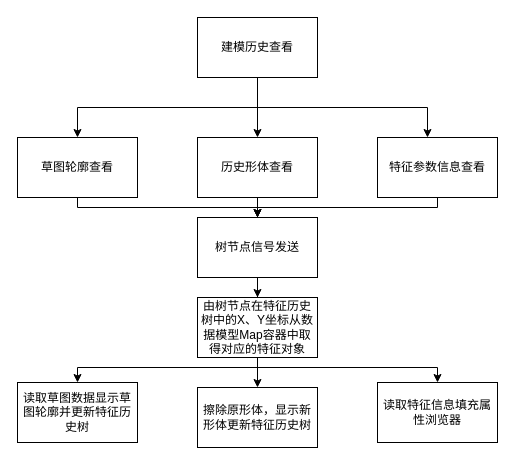
This is 建模历史查看.drawio from liuhuliuhu123/First-test, a draw.io file, before an edit. Source tidied: cells renumbered, new cells numbered last; positions are measured from the earlier drawing's top-left corner, leaving out a move shared by most shapes. Both pictures are drawn from the tidied source at 100%, with x=0, y=0 at pixel (17, 17).
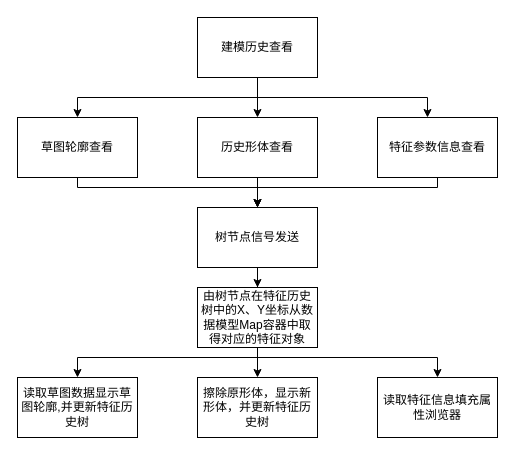
The same diagram, later.

Commit message (it also covers changes not shown here):
更新建模历史查看.drawio

The change refers to these unchanged cells:
```xml
<mxCell id="5" value="建模历史查看" style="rounded=0;whiteSpace=wrap;html=1;" parent="1" vertex="1">
  <mxGeometry x="180" width="120" height="60" as="geometry" />
</mxCell>
```

Diff of the diagram source:
```diff
@@
     <mxCell id="3" style="edgeStyle=orthogonalEdgeStyle;rounded=0;jettySize=auto;html=1;" parent="1" edge="1" source="5" target="7">
       <mxGeometry relative="1" as="geometry">
         <Array as="points">
-          <mxPoint x="240" y="90" />
-          <mxPoint x="60" y="90" />
+          <mxPoint x="240" y="80" />
+          <mxPoint x="60" y="80" />
         </Array>
       </mxGeometry>
     </mxCell>
     <mxCell id="4" style="edgeStyle=orthogonalEdgeStyle;rounded=0;jettySize=auto;html=1;" parent="1" edge="1" source="5" target="11">
       <mxGeometry relative="1" as="geometry">
         <Array as="points">
-          <mxPoint x="240" y="90" />
-          <mxPoint x="410" y="90" />
+          <mxPoint x="240" y="80" />
+          <mxPoint x="410" y="80" />
         </Array>
       </mxGeometry>
     </mxCell>
@@
     <mxCell id="6" style="edgeStyle=orthogonalEdgeStyle;rounded=0;jettySize=auto;html=1;" parent="1" edge="1" source="7" target="13">
       <mxGeometry relative="1" as="geometry">
         <Array as="points">
-          <mxPoint x="60" y="190" />
-          <mxPoint x="240" y="190" />
+          <mxPoint x="60" y="170" />
+          <mxPoint x="240" y="170" />
         </Array>
       </mxGeometry>
     </mxCell>
     <mxCell id="7" value="草图轮廓查看" style="rounded=0;whiteSpace=wrap;html=1;" parent="1" vertex="1">
-      <mxGeometry y="120" width="120" height="60" as="geometry" />
+      <mxGeometry y="100" width="120" height="60" as="geometry" />
     </mxCell>
@@
     <mxCell id="9" value="历史形体查看" style="rounded=0;whiteSpace=wrap;html=1;" parent="1" vertex="1">
-      <mxGeometry x="180" y="120" width="120" height="60" as="geometry" />
+      <mxGeometry x="180" y="100" width="120" height="60" as="geometry" />
     </mxCell>
     <mxCell id="10" style="edgeStyle=orthogonalEdgeStyle;rounded=0;jettySize=auto;html=1;" parent="1" edge="1" source="11" target="13">
       <mxGeometry relative="1" as="geometry">
         <Array as="points">
-          <mxPoint x="420" y="190" />
-          <mxPoint x="240" y="190" />
+          <mxPoint x="420" y="170" />
+          <mxPoint x="240" y="170" />
         </Array>
       </mxGeometry>
     </mxCell>
     <mxCell id="11" value="特征参数信息查看" style="rounded=0;whiteSpace=wrap;html=1;" parent="1" vertex="1">
-      <mxGeometry x="360" y="120" width="120" height="60" as="geometry" />
+      <mxGeometry x="360" y="100" width="120" height="60" as="geometry" />
     </mxCell>
@@
     <mxCell id="13" value="树节点信号发送" style="rounded=0;whiteSpace=wrap;html=1;" parent="1" vertex="1">
-      <mxGeometry x="180" y="200" width="120" height="60" as="geometry" />
+      <mxGeometry x="180" y="190" width="120" height="60" as="geometry" />
     </mxCell>
@@
     <mxCell id="15" style="edgeStyle=orthogonalEdgeStyle;rounded=0;jettySize=auto;html=1;" parent="1" edge="1" source="17" target="18">
       <mxGeometry relative="1" as="geometry">
         <Array as="points">
-          <mxPoint x="240" y="350" />
-          <mxPoint x="60" y="350" />
+          <mxPoint x="240" y="340" />
+          <mxPoint x="60" y="340" />
         </Array>
       </mxGeometry>
     </mxCell>
     <mxCell id="16" style="edgeStyle=orthogonalEdgeStyle;rounded=0;jettySize=auto;html=1;" parent="1" edge="1" source="17" target="20">
       <mxGeometry relative="1" as="geometry">
         <Array as="points">
-          <mxPoint x="240" y="350" />
-          <mxPoint x="420" y="350" />
+          <mxPoint x="240" y="340" />
+          <mxPoint x="420" y="340" />
         </Array>
       </mxGeometry>
     </mxCell>
     <mxCell id="17" value="由树节点在特征历史树中的X、Y坐标从数据模型Map容器中取得对应的特征对象" style="rounded=0;whiteSpace=wrap;html=1;" parent="1" vertex="1">
-      <mxGeometry x="180" y="280" width="120" height="60" as="geometry" />
+      <mxGeometry x="180" y="270" width="120" height="60" as="geometry" />
     </mxCell>
-    <mxCell id="18" value="读取草图数据显示草图轮廓并更新特征历史树" style="rounded=0;whiteSpace=wrap;html=1;" parent="1" vertex="1">
-      <mxGeometry y="365" width="120" height="60" as="geometry" />
+    <mxCell id="18" value="读取草图数据显示草图轮廓,并更新特征历史树" style="rounded=0;whiteSpace=wrap;html=1;" parent="1" vertex="1">
+      <mxGeometry y="360" width="120" height="60" as="geometry" />
     </mxCell>
-    <mxCell id="19" value="擦除原形体，显示新形体更新特征历史树" style="rounded=0;whiteSpace=wrap;html=1;" parent="1" vertex="1">
-      <mxGeometry x="180" y="370" width="120" height="60" as="geometry" />
+    <mxCell id="19" value="擦除原形体，显示新形体，并更新特征历史树" style="rounded=0;whiteSpace=wrap;html=1;" parent="1" vertex="1">
+      <mxGeometry x="180" y="360" width="120" height="60" as="geometry" />
     </mxCell>
     <mxCell id="20" value="读取特征信息填充属性浏览器" style="rounded=0;whiteSpace=wrap;html=1;" parent="1" vertex="1">
-      <mxGeometry x="360" y="365" width="120" height="60" as="geometry" />
+      <mxGeometry x="360" y="360" width="120" height="60" as="geometry" />
     </mxCell>
```
